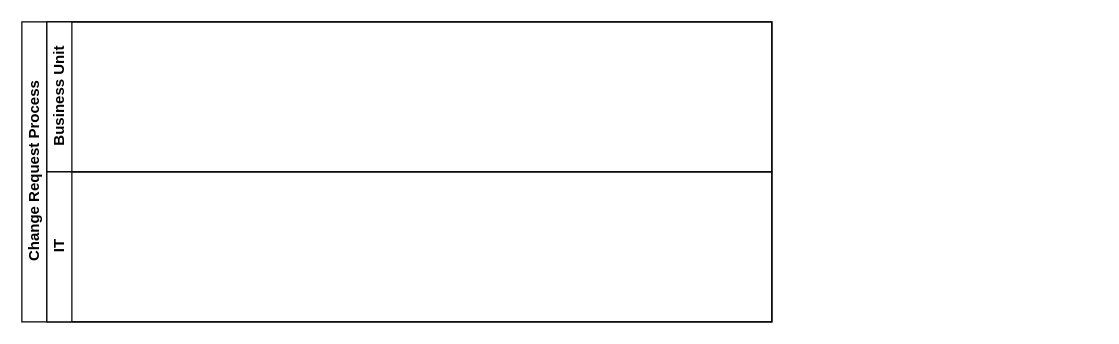
Before: Untitled Diagram.drawio in whalebig27/change-request-process-diagram, a draw.io diagram. Source tidied: cells renumbered, new cells numbered last; positions are measured from the earlier drawing's top-left corner, leaving out a move shared by most shapes. Both pictures are drawn from the tidied source at 125%, with x=0, y=0 at pixel (21, 21).
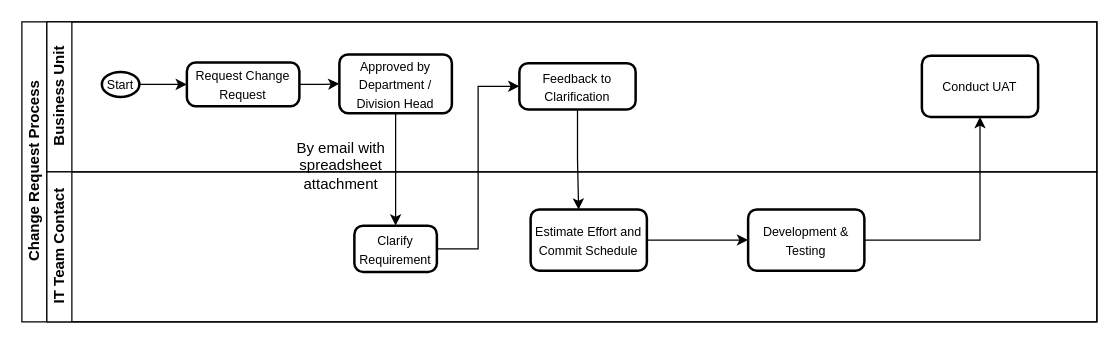
Above is the later version.

What changed in the source:
```diff
@@
     <mxCell id="2" value="Change Request Process" style="swimlane;html=1;horizontal=0;startSize=20;" parent="1" vertex="1">
-      <mxGeometry width="600" height="240" as="geometry" />
+      <mxGeometry width="860" height="240" as="geometry" />
     </mxCell>
     <mxCell id="3" value="Business Unit" style="swimlane;html=1;startSize=20;horizontal=0;" parent="2" vertex="1">
-      <mxGeometry x="20" width="580" height="120" as="geometry" />
+      <mxGeometry x="20" width="840" height="120" as="geometry" />
     </mxCell>
+    <mxCell id="5" style="edgeStyle=orthogonalEdgeStyle;rounded=0;jettySize=auto;html=1;" parent="3" edge="1" source="6" target="8">
+      <mxGeometry relative="1" as="geometry" />
+    </mxCell>
+    <mxCell id="6" value="&lt;font style=&quot;font-size: 10px&quot;&gt;Start&lt;/font&gt;" style="strokeWidth=2;html=1;shape=mxgraph.flowchart.start_1;whiteSpace=wrap;" parent="3" vertex="1">
+      <mxGeometry x="44" y="40" width="30" height="20" as="geometry" />
+    </mxCell>
+    <mxCell id="7" style="edgeStyle=orthogonalEdgeStyle;rounded=0;jettySize=auto;html=1;" parent="3" edge="1" source="8" target="9">
+      <mxGeometry relative="1" as="geometry" />
+    </mxCell>
+    <mxCell id="8" value="&lt;font style=&quot;font-size: 10px&quot;&gt;Request Change Request&lt;/font&gt;" style="rounded=1;whiteSpace=wrap;html=1;absoluteArcSize=1;arcSize=14;strokeWidth=2;" parent="3" vertex="1">
+      <mxGeometry x="112" y="32.5" width="90" height="35" as="geometry" />
+    </mxCell>
+    <mxCell id="9" value="&lt;font style=&quot;font-size: 10px&quot;&gt;Approved by Department / Division Head&lt;/font&gt;" style="rounded=1;whiteSpace=wrap;html=1;absoluteArcSize=1;arcSize=14;strokeWidth=2;" parent="3" vertex="1">
+      <mxGeometry x="234" y="26" width="90" height="47" as="geometry" />
+    </mxCell>
+    <mxCell id="10" value="&lt;font style=&quot;font-size: 10px&quot;&gt;Feedback to Clarification&lt;/font&gt;" style="rounded=1;whiteSpace=wrap;html=1;absoluteArcSize=1;arcSize=14;strokeWidth=2;" parent="3" vertex="1">
+      <mxGeometry x="378" y="33" width="93" height="37" as="geometry" />
+    </mxCell>
+    <mxCell id="11" value="&lt;span style=&quot;font-size: 10px&quot;&gt;Conduct UAT&lt;/span&gt;" style="rounded=1;whiteSpace=wrap;html=1;absoluteArcSize=1;arcSize=14;strokeWidth=2;" parent="3" vertex="1">
+      <mxGeometry x="700" y="27" width="93" height="49" as="geometry" />
+    </mxCell>
-    <mxCell id="4" value="IT" style="swimlane;html=1;startSize=20;horizontal=0;" parent="2" vertex="1">
-      <mxGeometry x="20" y="120" width="580" height="120" as="geometry" />
+    <mxCell id="4" value="IT Team Contact" style="swimlane;html=1;startSize=20;horizontal=0;" parent="2" vertex="1">
+      <mxGeometry x="20" y="120" width="840" height="120" as="geometry" />
     </mxCell>
+    <mxCell id="12" value="&lt;font style=&quot;font-size: 10px&quot;&gt;Clarify Requirement&lt;/font&gt;" style="rounded=1;whiteSpace=wrap;html=1;absoluteArcSize=1;arcSize=14;strokeWidth=2;" parent="4" vertex="1">
+      <mxGeometry x="246" y="43" width="66" height="37" as="geometry" />
+    </mxCell>
+    <mxCell id="13" style="edgeStyle=orthogonalEdgeStyle;rounded=0;jettySize=auto;html=1;" parent="4" edge="1" source="14" target="15">
+      <mxGeometry relative="1" as="geometry" />
+    </mxCell>
+    <mxCell id="14" value="&lt;font style=&quot;font-size: 10px&quot;&gt;Estimate Effort and Commit Schedule&lt;/font&gt;" style="rounded=1;whiteSpace=wrap;html=1;absoluteArcSize=1;arcSize=14;strokeWidth=2;" parent="4" vertex="1">
+      <mxGeometry x="387" y="30" width="93" height="49" as="geometry" />
+    </mxCell>
+    <mxCell id="15" value="&lt;span style=&quot;font-size: 10px&quot;&gt;Development &amp;amp; Testing&lt;/span&gt;" style="rounded=1;whiteSpace=wrap;html=1;absoluteArcSize=1;arcSize=14;strokeWidth=2;" parent="4" vertex="1">
+      <mxGeometry x="561" y="30" width="93" height="49" as="geometry" />
+    </mxCell>
+    <mxCell id="16" value="By email with spreadsheet attachment" style="text;html=1;strokeColor=none;fillColor=none;align=center;verticalAlign=middle;whiteSpace=wrap;rounded=0;" parent="4" vertex="1">
+      <mxGeometry x="190" y="-30" width="91" height="50" as="geometry" />
+    </mxCell>
+    <mxCell id="17" style="edgeStyle=orthogonalEdgeStyle;rounded=0;jettySize=auto;html=1;entryX=0.5;entryY=0;entryDx=0;entryDy=0;" parent="2" edge="1" source="9" target="12">
+      <mxGeometry relative="1" as="geometry" />
+    </mxCell>
+    <mxCell id="18" style="edgeStyle=orthogonalEdgeStyle;rounded=0;jettySize=auto;html=1;entryX=0;entryY=0.5;entryDx=0;entryDy=0;exitX=1;exitY=0.5;exitDx=0;exitDy=0;" parent="2" edge="1" source="12" target="10">
+      <mxGeometry relative="1" as="geometry" />
+    </mxCell>
+    <mxCell id="19" style="edgeStyle=orthogonalEdgeStyle;rounded=0;jettySize=auto;html=1;entryX=0.413;entryY=0.004;entryDx=0;entryDy=0;entryPerimeter=0;" parent="2" edge="1" source="10" target="14">
+      <mxGeometry relative="1" as="geometry" />
+    </mxCell>
+    <mxCell id="20" style="edgeStyle=orthogonalEdgeStyle;rounded=0;jettySize=auto;html=1;" parent="2" edge="1" source="15" target="11">
+      <mxGeometry relative="1" as="geometry" />
+    </mxCell>
```
